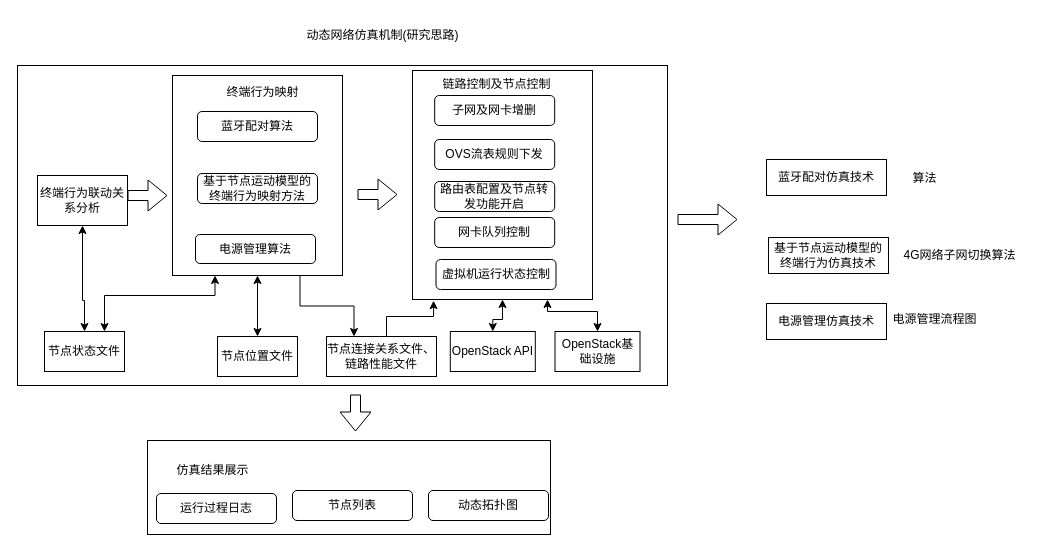
Above: page "动态拓扑仿真关键技术" (11 of 12) of 网络控制技术_流程图.drawio in Icarus1994/neutron_conf (draw.io), before the change. Source tidied: cells renumbered, new cells numbered last; positions are measured from the earlier drawing's top-left corner, leaving out a move shared by most shapes. Both pictures are drawn from the tidied source at 100%, with x=0, y=0 at pixel (17, 25).
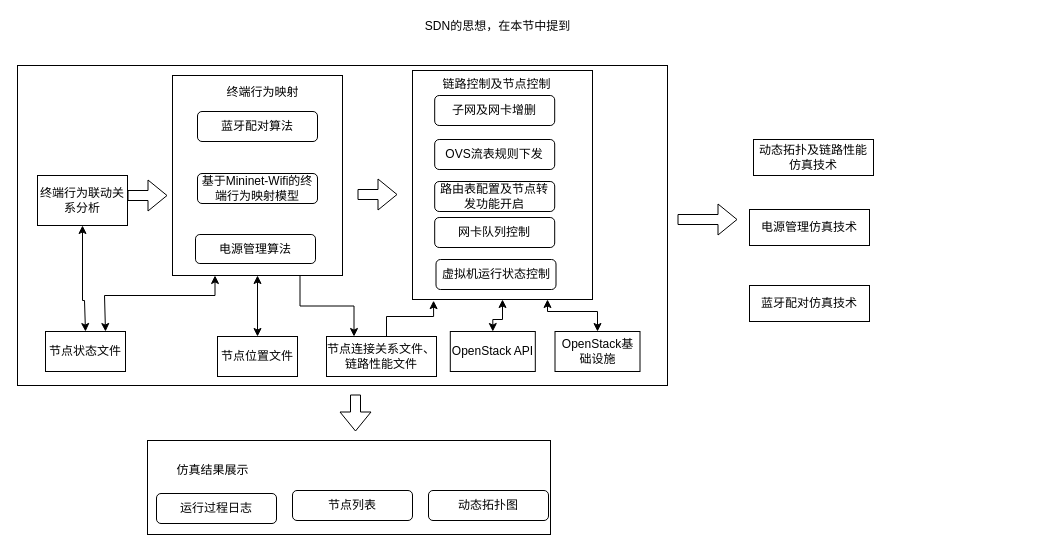
The same page after the edit.

Commit message:
Update 网络控制技术_流程图.drawio

The edit, as a diff of the source:
```diff
@@
     <mxCell id="15" value="节点状态文件" style="whiteSpace=wrap;html=1;" parent="1" vertex="1">
-      <mxGeometry x="27" y="306" width="80" height="40" as="geometry" />
+      <mxGeometry x="28" y="306" width="80" height="40" as="geometry" />
     </mxCell>
@@
-    <mxCell id="21" value="基于节点运动模型的终端行为映射方法" style="rounded=1;whiteSpace=wrap;html=1;" parent="1" vertex="1">
+    <mxCell id="21" value="基于Mininet-Wifi的终端行为映射模型" style="rounded=1;whiteSpace=wrap;html=1;" parent="1" vertex="1">
       <mxGeometry x="180" y="148" width="120" height="30" as="geometry" />
     </mxCell>
@@
-    <mxCell id="29" value="动态网络仿真机制(研究思路)" style="text;html=1;align=center;verticalAlign=middle;" parent="1" vertex="1">
-      <mxGeometry x="280" width="170" height="20" as="geometry" />
-    </mxCell>
@@
     <mxCell id="37" value="蓝牙配对仿真技术" style="whiteSpace=wrap;html=1;" parent="1" vertex="1">
-      <mxGeometry x="749" y="134" width="120" height="36" as="geometry" />
+      <mxGeometry x="732" y="260" width="120" height="36" as="geometry" />
     </mxCell>
-    <mxCell id="38" value="基于节点运动模型的终端行为仿真技术" style="whiteSpace=wrap;html=1;" parent="1" vertex="1">
-      <mxGeometry x="751" y="212" width="120" height="36" as="geometry" />
+    <mxCell id="38" value="动态拓扑及链路性能仿真技术" style="whiteSpace=wrap;html=1;" parent="1" vertex="1">
+      <mxGeometry x="736" y="114" width="120" height="36" as="geometry" />
     </mxCell>
     <mxCell id="39" value="电源管理仿真技术" style="whiteSpace=wrap;html=1;" parent="1" vertex="1">
-      <mxGeometry x="749" y="278" width="120" height="36" as="geometry" />
+      <mxGeometry x="732" y="184" width="120" height="36" as="geometry" />
     </mxCell>
@@
-    <mxCell id="41" value="算法" style="text;html=1;align=center;verticalAlign=middle;" parent="1" vertex="1">
-      <mxGeometry x="890" y="144" width="34" height="18" as="geometry" />
-    </mxCell>
-    <mxCell id="42" value="4G网络子网切换算法" style="text;html=1;align=center;verticalAlign=middle;" parent="1" vertex="1">
-      <mxGeometry x="881" y="221" width="122" height="18" as="geometry" />
-    </mxCell>
-    <mxCell id="43" value="电源管理流程图" style="text;html=1;align=center;verticalAlign=middle;" parent="1" vertex="1">
-      <mxGeometry x="870" y="285" width="94" height="18" as="geometry" />
-    </mxCell>
+    <mxCell id="44" value="SDN的思想，在本节中提到" style="text;html=1;align=center;verticalAlign=middle;" parent="1" vertex="1">
+      <mxGeometry x="402" y="-8" width="155" height="18" as="geometry" />
+    </mxCell>
```
